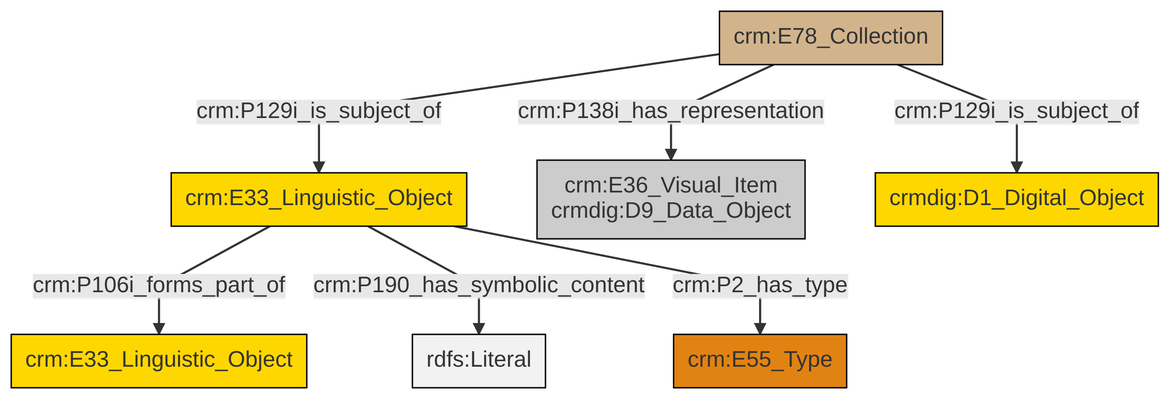
Before: et/archivalCSV/ttl/mmd/png/archival_docs.png, a diagram exported from Mermaid (swiss-art-research-net/docs.swissartresearch). Its source is kept beside it as et/archivalCSV/ttl/mmd/archival_docs.ttl.mmd.
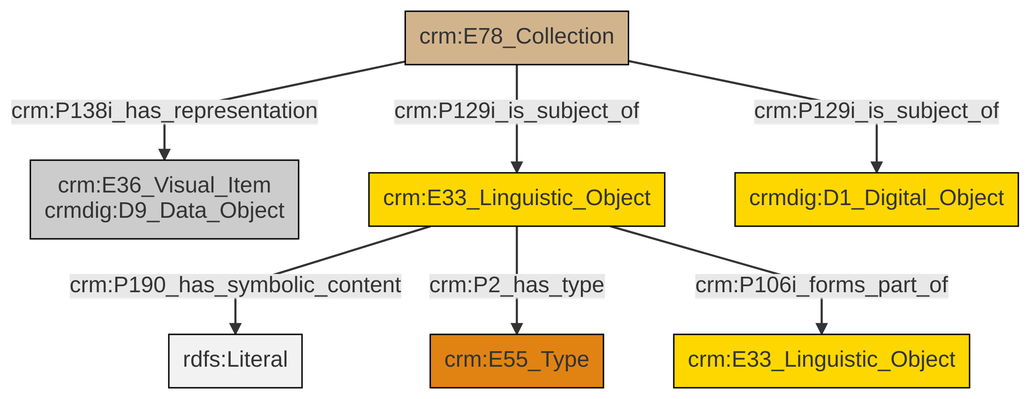
Above is the later version.

Diff of the diagram source:
```diff
@@ -13,9 +13,9 @@
 classDef PC_Classes fill:#4ce600, stroke:#000000;
 classDef Multi fill:#cccccc,stroke:#000000;
 
-0["crm:E33_Linguistic_Object"]:::Conceptual_Object -->|crm:P106i_forms_part_of| 1["crm:E33_Linguistic_Object"]:::Conceptual_Object
-0["crm:E33_Linguistic_Object"]:::Conceptual_Object -->|crm:P190_has_symbolic_content| 4[rdfs:Literal]:::Literal
-2["crm:E78_Collection"]:::Physical_Thing -->|crm:P129i_is_subject_of| 0["crm:E33_Linguistic_Object"]:::Conceptual_Object
-2["crm:E78_Collection"]:::Physical_Thing -->|crm:P129i_is_subject_of| 13["crmdig:D1_Digital_Object"]:::Conceptual_Object
-0["crm:E33_Linguistic_Object"]:::Conceptual_Object -->|crm:P2_has_type| 8["crm:E55_Type"]:::Type
-2["crm:E78_Collection"]:::Physical_Thing -->|crm:P138i_has_representation| 5["crm:E36_Visual_Item<br>crmdig:D9_Data_Object"]:::Multi
+0["crm:E78_Collection"]:::Physical_Thing -->|crm:P138i_has_representation| 1["crm:E36_Visual_Item<br>crmdig:D9_Data_Object"]:::Multi
+0["crm:E78_Collection"]:::Physical_Thing -->|crm:P129i_is_subject_of| 4["crm:E33_Linguistic_Object"]:::Conceptual_Object
+4["crm:E33_Linguistic_Object"]:::Conceptual_Object -->|crm:P190_has_symbolic_content| 5[rdfs:Literal]:::Literal
+4["crm:E33_Linguistic_Object"]:::Conceptual_Object -->|crm:P2_has_type| 6["crm:E55_Type"]:::Type
+4["crm:E33_Linguistic_Object"]:::Conceptual_Object -->|crm:P106i_forms_part_of| 2["crm:E33_Linguistic_Object"]:::Conceptual_Object
+0["crm:E78_Collection"]:::Physical_Thing -->|crm:P129i_is_subject_of| 12["crmdig:D1_Digital_Object"]:::Conceptual_Object
```
